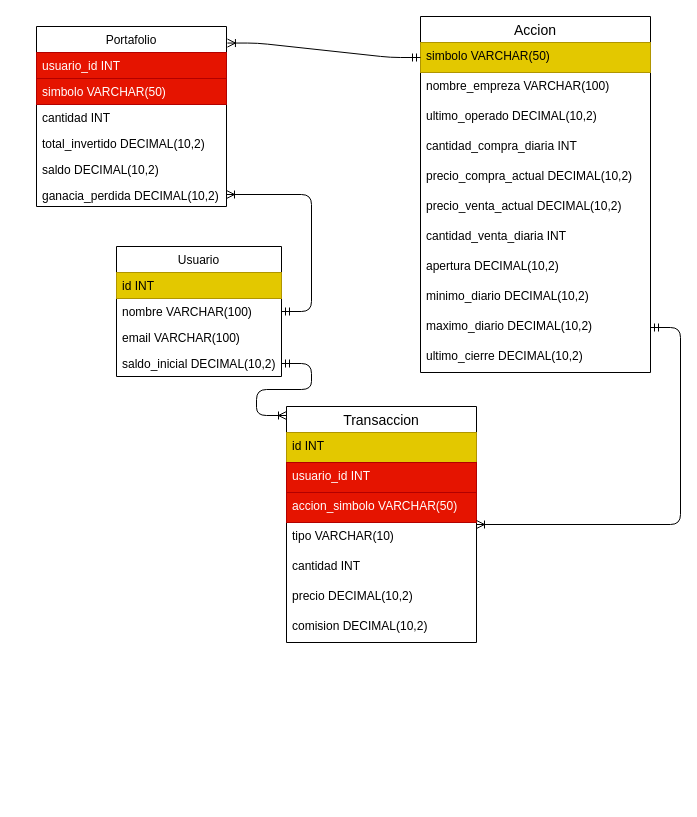
Above: base_de_datos/proyecto.drawio in ispc-team-13/argBrokerDemo (draw.io), before the change. Source tidied: cells renumbered, new cells numbered last; positions are measured from the earlier drawing's top-left corner, leaving out a move shared by most shapes. Both pictures are drawn from the tidied source at 100%, with x=0, y=0 at pixel (36, 16).
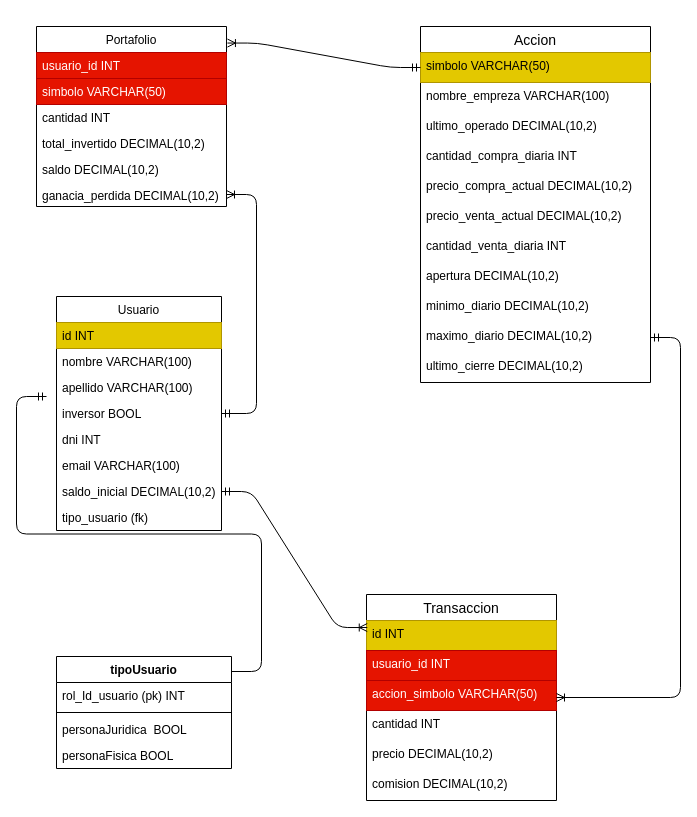
The same diagram, later.

Commit message (it also covers changes not shown here):
ADD tabla tipoUsuario bd

The change refers to these unchanged cells:
```xml
<mxCell id="29" value="id INT" style="text;strokeColor=#B09500;fillColor=#e3c800;spacingLeft=4;spacingRight=4;overflow=hidden;points=[[0,0.5],[1,0.5]];portConstraint=eastwest;fontSize=12;fontColor=#000000;" parent="28" vertex="1">
  <mxGeometry y="26" width="190" height="30" as="geometry" />
</mxCell>
```

Diff of the diagram source:
```diff
@@
     <mxCell id="9" value="Usuario" style="swimlane;fontStyle=0;horizontal=1;startSize=26;fillColor=default;direction=east;" parent="1" vertex="1">
-      <mxGeometry x="80" y="230" width="165" height="130" as="geometry" />
+      <mxGeometry x="20" y="280" width="165" height="234" as="geometry" />
     </mxCell>
@@
+    <mxCell id="38" value="apellido VARCHAR(100)" style="text;strokeColor=none;fillColor=none;align=left;verticalAlign=top;spacingLeft=4;spacingRight=4;overflow=hidden;" parent="9" vertex="1">
+      <mxGeometry y="78" width="165" height="26" as="geometry" />
+    </mxCell>
+    <mxCell id="39" value="inversor BOOL" style="text;strokeColor=none;fillColor=none;align=left;verticalAlign=top;spacingLeft=4;spacingRight=4;overflow=hidden;" parent="9" vertex="1">
+      <mxGeometry y="104" width="165" height="26" as="geometry" />
+    </mxCell>
+    <mxCell id="40" value="dni INT" style="text;strokeColor=none;fillColor=none;align=left;verticalAlign=top;spacingLeft=4;spacingRight=4;overflow=hidden;" parent="9" vertex="1">
+      <mxGeometry y="130" width="165" height="26" as="geometry" />
+    </mxCell>
     <mxCell id="12" value="email VARCHAR(100)" style="text;strokeColor=none;fillColor=none;align=left;verticalAlign=top;spacingLeft=4;spacingRight=4;overflow=hidden;" parent="9" vertex="1">
-      <mxGeometry y="78" width="165" height="26" as="geometry" />
+      <mxGeometry y="156" width="165" height="26" as="geometry" />
     </mxCell>
     <mxCell id="13" value="saldo_inicial DECIMAL(10,2)" style="text;strokeColor=none;fillColor=none;align=left;verticalAlign=top;spacingLeft=4;spacingRight=4;overflow=hidden;points=[[0,0.5],[1,0.5]];portConstraint=eastwest;" parent="9" vertex="1">
-      <mxGeometry y="104" width="165" height="26" as="geometry" />
+      <mxGeometry y="182" width="165" height="26" as="geometry" />
     </mxCell>
+    <mxCell id="41" value="tipo_usuario (fk)" style="text;strokeColor=none;fillColor=none;align=left;verticalAlign=top;spacingLeft=4;spacingRight=4;overflow=hidden;" parent="9" vertex="1">
+      <mxGeometry y="208" width="165" height="26" as="geometry" />
+    </mxCell>
@@
     <mxCell id="15" value="Accion" style="swimlane;fontStyle=0;horizontal=1;startSize=26;align=center;fontSize=14;" parent="1" vertex="1">
-      <mxGeometry x="384" width="230" height="356" as="geometry" />
+      <mxGeometry x="384" y="10" width="230" height="356" as="geometry" />
     </mxCell>
@@
     <mxCell id="28" value="Transaccion" style="swimlane;fontStyle=0;horizontal=1;startSize=26;align=center;fontSize=14;fillColor=default;" parent="1" vertex="1">
-      <mxGeometry x="250" y="390" width="190" height="236" as="geometry" />
+      <mxGeometry x="330" y="578" width="190" height="206" as="geometry" />
     </mxCell>
@@
-    <mxCell id="32" value="tipo VARCHAR(10)" style="text;strokeColor=none;fillColor=none;spacingLeft=4;spacingRight=4;overflow=hidden;fontSize=12;" parent="28" vertex="1">
-      <mxGeometry y="116" width="190" height="30" as="geometry" />
-    </mxCell>
     <mxCell id="33" value="cantidad INT" style="text;strokeColor=none;fillColor=none;spacingLeft=4;spacingRight=4;overflow=hidden;fontSize=12;" parent="28" vertex="1">
-      <mxGeometry y="146" width="190" height="30" as="geometry" />
+      <mxGeometry y="116" width="190" height="30" as="geometry" />
     </mxCell>
     <mxCell id="34" value="precio DECIMAL(10,2)" style="text;strokeColor=none;fillColor=none;spacingLeft=4;spacingRight=4;overflow=hidden;fontSize=12;" parent="28" vertex="1">
-      <mxGeometry y="176" width="190" height="30" as="geometry" />
+      <mxGeometry y="146" width="190" height="30" as="geometry" />
     </mxCell>
     <mxCell id="35" value="comision DECIMAL(10,2)" style="text;strokeColor=none;fillColor=none;spacingLeft=4;spacingRight=4;overflow=hidden;fontSize=12;" parent="28" vertex="1">
-      <mxGeometry y="206" width="190" height="30" as="geometry" />
+      <mxGeometry y="176" width="190" height="30" as="geometry" />
     </mxCell>
-    <mxCell id="36" style="edgeStyle=entityRelationEdgeStyle;fontSize=12;html=1;endArrow=ERoneToMany;startArrow=ERmandOne;exitX=1;exitY=0.5;exitDx=0;exitDy=0;" parent="1" edge="1" source="13">
-      <mxGeometry relative="1" as="geometry">
-        <mxPoint x="250" y="399" as="targetPoint" />
-      </mxGeometry>
+    <mxCell id="36" style="edgeStyle=entityRelationEdgeStyle;fontSize=12;html=1;endArrow=ERoneToMany;startArrow=ERmandOne;exitX=1;exitY=0.5;exitDx=0;exitDy=0;entryX=0.004;entryY=0.234;entryDx=0;entryDy=0;entryPerimeter=0;" parent="1" edge="1" source="13" target="29">
+      <mxGeometry relative="1" as="geometry" />
     </mxCell>
@@
+    <mxCell id="42" value="tipoUsuario" style="swimlane;fontStyle=1;align=center;verticalAlign=top;horizontal=1;startSize=26;" parent="1" vertex="1">
+      <mxGeometry x="20" y="640" width="175" height="112" as="geometry" />
+    </mxCell>
+    <mxCell id="43" value="rol_Id_usuario (pk) INT" style="text;strokeColor=none;fillColor=none;align=left;verticalAlign=top;spacingLeft=4;spacingRight=4;overflow=hidden;" parent="42" vertex="1">
+      <mxGeometry y="26" width="175" height="26" as="geometry" />
+    </mxCell>
+    <mxCell id="44" style="line;strokeWidth=1;fillColor=none;align=left;verticalAlign=middle;spacingTop=-1;spacingLeft=3;spacingRight=3;labelPosition=right;strokeColor=inherit;" parent="42" vertex="1">
+      <mxGeometry y="52" width="175" height="8" as="geometry" />
+    </mxCell>
+    <mxCell id="45" value="personaJuridica  BOOL" style="text;strokeColor=none;fillColor=none;align=left;verticalAlign=top;spacingLeft=4;spacingRight=4;overflow=hidden;" parent="42" vertex="1">
+      <mxGeometry y="60" width="175" height="26" as="geometry" />
+    </mxCell>
+    <mxCell id="46" value="personaFisica BOOL" style="text;strokeColor=none;fillColor=none;align=left;verticalAlign=top;spacingLeft=4;spacingRight=4;overflow=hidden;" parent="42" vertex="1">
+      <mxGeometry y="86" width="175" height="26" as="geometry" />
+    </mxCell>
+    <mxCell id="47" style="edgeStyle=entityRelationEdgeStyle;fontSize=12;html=1;endArrow=ERmandOne;" parent="1" edge="1">
+      <mxGeometry relative="1" as="geometry">
+        <mxPoint x="195" y="655" as="sourcePoint" />
+        <mxPoint x="10" y="380" as="targetPoint" />
+      </mxGeometry>
+    </mxCell>
```
